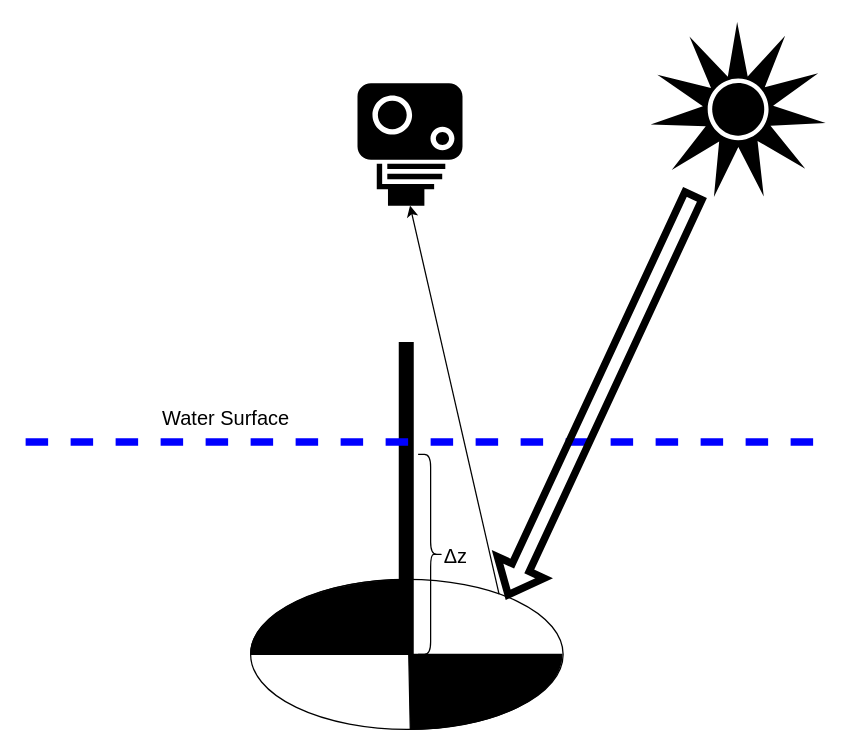
This is report/secchi_disk_approach.drawio from itay-mal/water_turbidity_project, a draw.io file, before an edit. Source tidied: cells renumbered, new cells numbered last; positions are measured from the earlier drawing's top-left corner, leaving out a move shared by most shapes. Both pictures are drawn from the tidied source at 125%, with x=0, y=0 at pixel (25, 21).
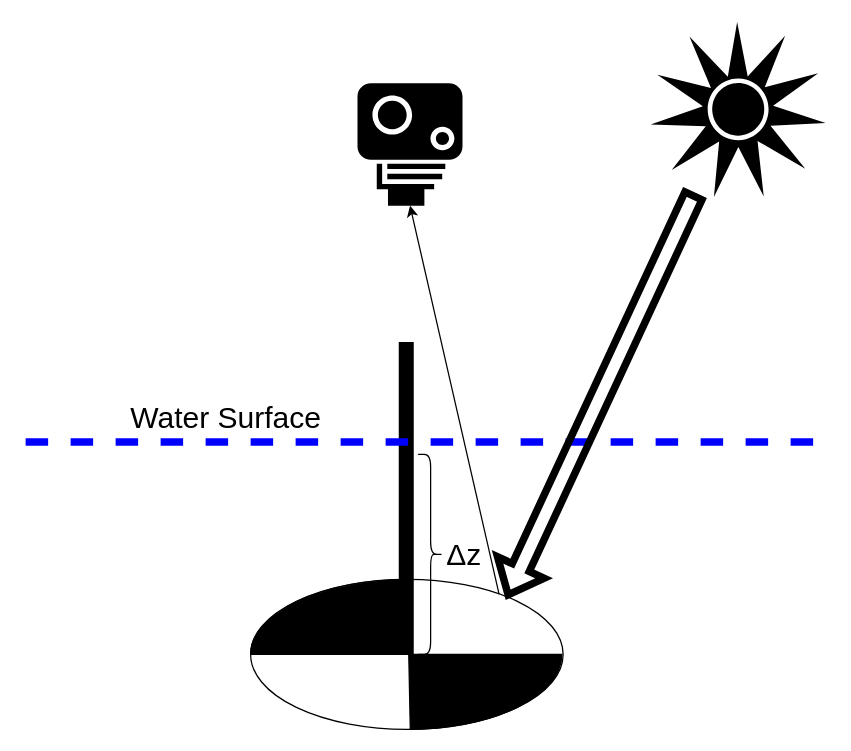
Above is the later version.

What changed in the source:
```diff
@@
 <mxGraphModel>
   <root>
     <mxCell id="0" />
     <mxCell id="1" parent="0" />
     <mxCell id="2" style="group;" parent="1" vertex="1">
       <mxGeometry x="180" y="446" width="255" height="120" as="geometry" />
     </mxCell>
     <mxCell id="3" style="ellipse;whiteSpace=wrap;html=1;fillColor=#FFFFFF;" parent="2" vertex="1">
       <mxGeometry width="250" height="120" as="geometry" />
     </mxCell>
     <mxCell id="4" style="verticalLabelPosition=bottom;verticalAlign=top;html=1;shape=mxgraph.basic.pie;startAngle=0.75;endAngle=0.9984085036175459;fillColor=#000000;" parent="2" vertex="1">
       <mxGeometry width="255" height="120" as="geometry" />
     </mxCell>
     <mxCell id="5" style="verticalLabelPosition=bottom;verticalAlign=top;html=1;shape=mxgraph.basic.pie;startAngle=0.75;endAngle=0.9984085036175459;fillColor=#000000;rotation=-180;" parent="2" vertex="1">
       <mxGeometry x="4" width="245" height="120" as="geometry" />
     </mxCell>
     <mxCell id="6" style="endArrow=none;html=1;rounded=0;strokeWidth=12;" parent="1" edge="1">
       <mxGeometry relative="1" as="geometry">
         <mxPoint x="304.5" y="506" as="sourcePoint" />
         <mxPoint x="304.5" y="256" as="targetPoint" />
       </mxGeometry>
     </mxCell>
     <mxCell id="7" style="endArrow=none;dashed=1;html=1;rounded=0;strokeWidth=6;strokeColor=#0000FF;" parent="1" edge="1">
       <mxGeometry relative="1" as="geometry">
         <mxPoint y="336" as="sourcePoint" />
         <mxPoint x="640" y="336" as="targetPoint" />
       </mxGeometry>
     </mxCell>
-    <mxCell id="8" value="&lt;font style=&quot;font-size: 16px&quot;&gt;Water Surface&lt;/font&gt;" style="edgeLabel;html=1;align=center;verticalAlign=middle;" parent="7" vertex="1">
+    <mxCell id="8" value="&lt;font style=&quot;font-size: 24px;&quot;&gt;Water Surface&lt;/font&gt;" style="edgeLabel;html=1;align=center;verticalAlign=middle;fontSize=24;" parent="7" vertex="1">
       <mxGeometry x="0.3" y="1" relative="1" as="geometry">
         <mxPoint x="-257" y="-19" as="offset" />
       </mxGeometry>
     </mxCell>
     <mxCell id="9" style="shape=curlyBracket;whiteSpace=wrap;html=1;rounded=1;flipH=1;fontSize=16;fillColor=#FFFFFF;" parent="1" vertex="1">
       <mxGeometry x="314" y="346" width="20" height="160" as="geometry" />
     </mxCell>
-    <mxCell id="10" value="&lt;p class=&quot;MsoNormal&quot;&gt;&lt;span lang=&quot;EN-US&quot;&gt;&lt;font style=&quot;font-size: 16px&quot;&gt;Δz&lt;/font&gt;&lt;/span&gt;&lt;/p&gt;" style="text;html=1;strokeColor=none;fillColor=none;spacing=5;spacingTop=-20;whiteSpace=wrap;overflow=hidden;rounded=0;labelBackgroundColor=none;" parent="1" vertex="1">
-      <mxGeometry x="330" y="416" width="30" height="20" as="geometry" />
+    <mxCell id="10" value="&lt;p class=&quot;MsoNormal&quot; style=&quot;font-size: 24px;&quot;&gt;&lt;span lang=&quot;EN-US&quot; style=&quot;font-size: 24px;&quot;&gt;&lt;font style=&quot;font-size: 24px;&quot;&gt;Δz&lt;/font&gt;&lt;/span&gt;&lt;/p&gt;" style="text;html=1;strokeColor=none;fillColor=none;spacing=5;spacingTop=-20;whiteSpace=wrap;overflow=hidden;rounded=0;labelBackgroundColor=none;fontSize=24;" parent="1" vertex="1">
+      <mxGeometry x="332" y="399" width="50" height="50" as="geometry" />
     </mxCell>
     <mxCell id="11" style="shape=mxgraph.signs.tech.camera_1;html=1;fillColor=#000000;strokeColor=none;verticalLabelPosition=bottom;verticalAlign=top;align=center;rotation=90;" parent="1" vertex="1">
       <mxGeometry x="258.5" y="56" width="98" height="84" as="geometry" />
     </mxCell>
     <mxCell id="12" style="shape=flexArrow;endArrow=classic;html=1;rounded=0;fontSize=16;strokeColor=#000000;strokeWidth=6;entryX=0.819;entryY=0.125;entryDx=0;entryDy=0;entryPerimeter=0;exitX=0.5;exitY=0;exitDx=0;exitDy=0;" parent="1" edge="1" target="3">
       <mxGeometry relative="1" as="geometry">
         <mxPoint x="535.5" y="136.5" as="sourcePoint" />
       </mxGeometry>
     </mxCell>
     <mxCell id="13" style="endArrow=classic;html=1;rounded=0;entryX=1;entryY=0.5;entryDx=0;entryDy=0;entryPerimeter=0;exitX=0.795;exitY=0.098;exitDx=0;exitDy=0;exitPerimeter=0;" parent="1" edge="1" source="3" target="11">
       <mxGeometry relative="1" as="geometry" />
     </mxCell>
     <mxCell id="14" style="shape=mxgraph.signs.nature.sun_2;html=1;fillColor=#000000;strokeColor=none;verticalLabelPosition=bottom;verticalAlign=top;align=center;dashed=1;strokeWidth=3;fontSize=20;" parent="1" vertex="1">
       <mxGeometry x="500" width="140" height="140" as="geometry" />
     </mxCell>
   </root>
 </mxGraphModel>
```
